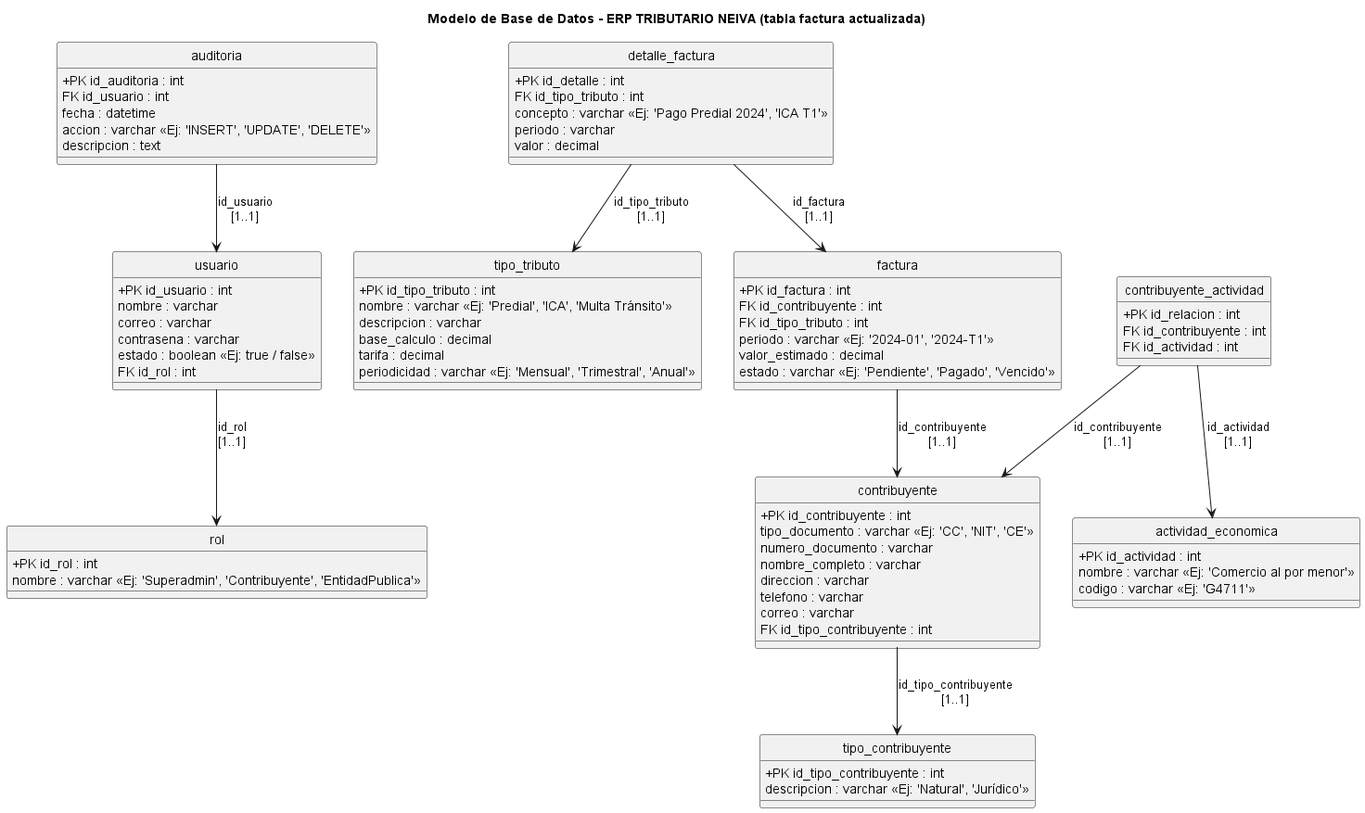
This is DISEÑO DE SISTEMAS_PROJECT/08_ Modelo BD & Modelo C4/MODELO BD/modelo_bd.png from AsolanoT/Dise-o_Sistemas_2025, a PlantUML export, as it was before one commit.
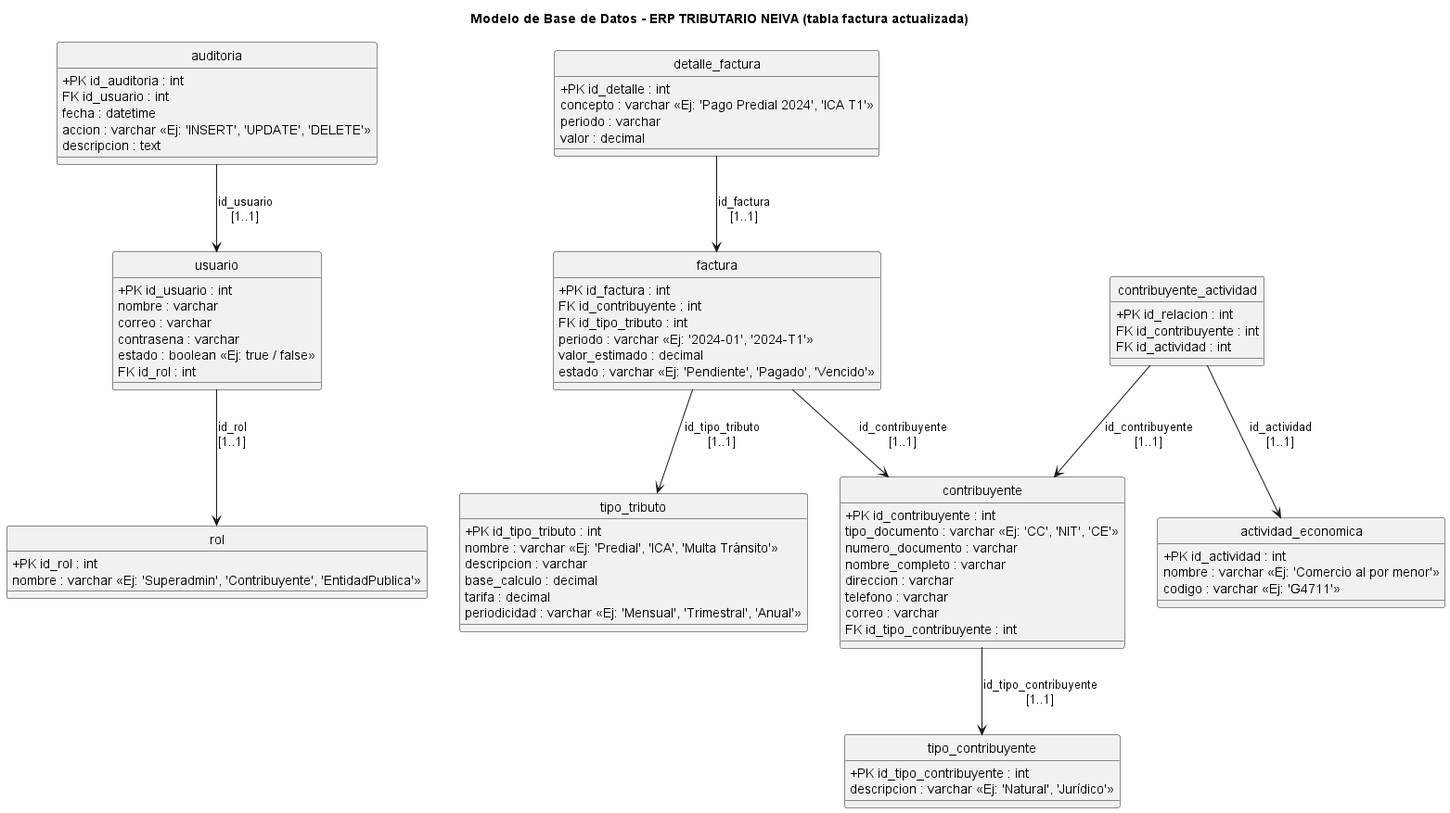
Above is the later version.

Commit message:
actualizacion de ers entrega dos y el modelo bd

What changed in the source:
```diff
@@ -54,7 +54,6 @@
 
 class detalle_factura {
   +PK id_detalle : int
-  FK id_tipo_tributo : int
   concepto : varchar <<Ej: 'Pago Predial 2024', 'ICA T1'>>
   periodo : varchar
   valor : decimal
@@ -84,7 +83,7 @@
 contribuyente --> tipo_contribuyente : id_tipo_contribuyente\n[1..1]
 factura --> contribuyente : id_contribuyente\n[1..1]
 detalle_factura --> factura : id_factura\n[1..1]
-detalle_factura --> tipo_tributo : id_tipo_tributo\n[1..1]
+factura --> tipo_tributo : id_tipo_tributo\n[1..1]
 contribuyente_actividad --> contribuyente : id_contribuyente\n[1..1]
 contribuyente_actividad --> actividad_economica : id_actividad\n[1..1]
 auditoria --> usuario : id_usuario\n[1..1]
```
